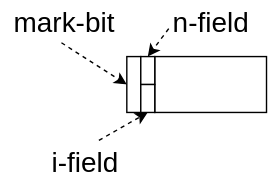
The draw.io diagram docs/content/gc4/img/dsw-traverse-legend2.dio.svg in sinotca529/glab-seminar, before a commit. Source tidied: cells renumbered, new cells last; positions are measured from the earlier drawing's top-left corner, leaving out a move shared by most shapes. The source it was exported from:
```xml
<mxGraphModel>
  <root>
    <mxCell id="0" />
    <mxCell id="1" parent="0" />
    <mxCell id="2" style="rounded=0;whiteSpace=wrap;html=1;" parent="1" vertex="1">
      <mxGeometry x="110" y="40" width="80" height="40" as="geometry" />
    </mxCell>
    <mxCell id="3" style="rounded=0;whiteSpace=wrap;html=1;fontSize=20;" parent="1" vertex="1">
      <mxGeometry x="90" y="40" width="10" height="40" as="geometry" />
    </mxCell>
    <mxCell id="4" value="mark-bit" style="text;html=1;align=center;verticalAlign=middle;points=[];strokeColor=none;fillColor=none;fontSize=20;" parent="1" vertex="1">
      <mxGeometry width="90" height="30" as="geometry" />
    </mxCell>
    <mxCell id="5" value="i-field" style="text;html=1;align=center;verticalAlign=middle;strokeColor=none;fillColor=none;fontSize=20;" parent="1" vertex="1">
      <mxGeometry x="30" y="100" width="60" height="30" as="geometry" />
    </mxCell>
    <mxCell id="6" style="endArrow=classic;html=1;entryX=0;entryY=0.5;entryDx=0;entryDy=0;dashed=1;exitX=0.48;exitY=1.004;exitDx=0;exitDy=0;exitPerimeter=0;" parent="1" edge="1" source="4" target="3">
      <mxGeometry relative="1" as="geometry" />
    </mxCell>
    <mxCell id="7" style="endArrow=classic;html=1;entryX=0.5;entryY=1;entryDx=0;entryDy=0;dashed=1;" parent="1" edge="1" target="9">
      <mxGeometry relative="1" as="geometry">
        <mxPoint x="70" y="100" as="sourcePoint" />
      </mxGeometry>
    </mxCell>
    <mxCell id="8" style="rounded=0;whiteSpace=wrap;html=1;fontSize=20;" parent="1" vertex="1">
      <mxGeometry x="100" y="40" width="10" height="20" as="geometry" />
    </mxCell>
    <mxCell id="9" style="rounded=0;whiteSpace=wrap;html=1;fontSize=20;" parent="1" vertex="1">
      <mxGeometry x="100" y="60" width="10" height="20" as="geometry" />
    </mxCell>
    <mxCell id="10" style="endArrow=classic;html=1;entryX=0.5;entryY=0;entryDx=0;entryDy=0;dashed=1;" parent="1" edge="1" target="8">
      <mxGeometry relative="1" as="geometry">
        <mxPoint x="120" y="20" as="sourcePoint" />
      </mxGeometry>
    </mxCell>
    <mxCell id="11" value="n-field" style="text;html=1;align=center;verticalAlign=middle;strokeColor=none;fillColor=none;fontSize=20;" parent="1" vertex="1">
      <mxGeometry x="115" width="70" height="30" as="geometry" />
    </mxCell>
  </root>
</mxGraphModel>
```
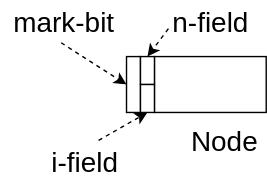
Later version of the same file.

Diff of the diagram source:
```diff
@@ -36,5 +36,8 @@
     <mxCell id="11" value="n-field" style="text;html=1;align=center;verticalAlign=middle;strokeColor=none;fillColor=none;fontSize=20;" parent="1" vertex="1">
       <mxGeometry x="115" width="70" height="30" as="geometry" />
     </mxCell>
+    <mxCell id="12" value="&lt;font style=&quot;font-size: 20px&quot;&gt;Node&lt;/font&gt;" style="text;html=1;align=center;verticalAlign=middle;strokeColor=none;fillColor=none;" parent="1" vertex="1">
+      <mxGeometry x="130" y="90" width="60" height="20" as="geometry" />
+    </mxCell>
   </root>
 </mxGraphModel>
```
